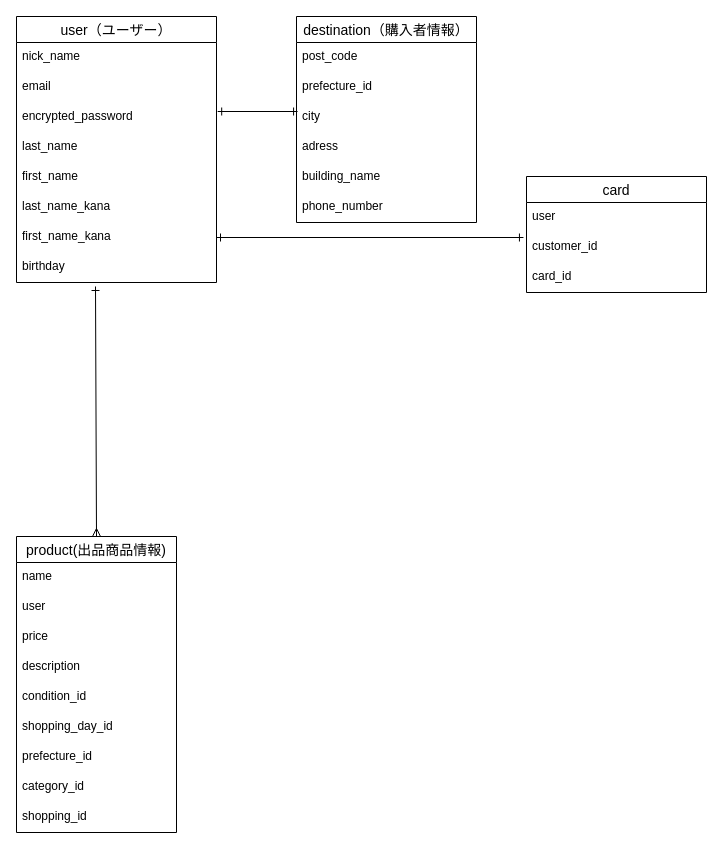
yk-kasshi/furima-39089 keeps this draw.io diagram as Furima.dio. Above is the earlier version. Source tidied: cells renumbered, new cells numbered last; positions are measured from the earlier drawing's top-left corner, leaving out a move shared by most shapes. Both pictures are drawn from the tidied source at 100%, with x=0, y=0 at pixel (16, 16).
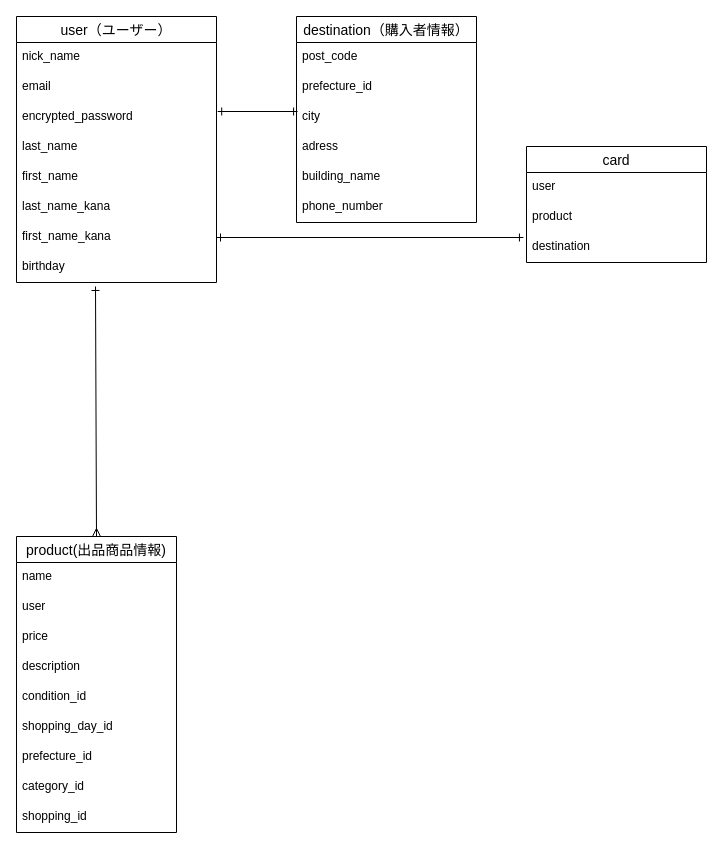
The same diagram, later.

Commit message:
データベース設計の修正５

Diff of the diagram source:
```diff
@@
     <mxCell id="30" value="card" style="swimlane;fontStyle=0;horizontal=1;startSize=26;align=center;fontSize=14;strokeColor=default;" parent="1" vertex="1">
-      <mxGeometry x="510" y="160" width="180" height="116" as="geometry" />
+      <mxGeometry x="510" y="130" width="180" height="116" as="geometry" />
     </mxCell>
@@
+    <mxCell id="35" value="product" style="text;strokeColor=none;fillColor=none;spacingLeft=4;spacingRight=4;overflow=hidden;fontSize=12;" parent="30" vertex="1">
+      <mxGeometry y="56" width="180" height="30" as="geometry" />
+    </mxCell>
-    <mxCell id="32" value="customer_id" style="text;strokeColor=none;fillColor=none;spacingLeft=4;spacingRight=4;overflow=hidden;points=[[0,0.5],[1,0.5]];portConstraint=eastwest;fontSize=12;" parent="30" vertex="1">
-      <mxGeometry y="56" width="180" height="30" as="geometry" />
+    <mxCell id="32" value="destination" style="text;strokeColor=none;fillColor=none;spacingLeft=4;spacingRight=4;overflow=hidden;points=[[0,0.5],[1,0.5]];portConstraint=eastwest;fontSize=12;" parent="30" vertex="1">
+      <mxGeometry y="86" width="180" height="30" as="geometry" />
     </mxCell>
-    <mxCell id="33" value="card_id" style="text;strokeColor=none;fillColor=none;spacingLeft=4;spacingRight=4;overflow=hidden;fontSize=12;" parent="30" vertex="1">
-      <mxGeometry y="86" width="180" height="30" as="geometry" />
-    </mxCell>
```
